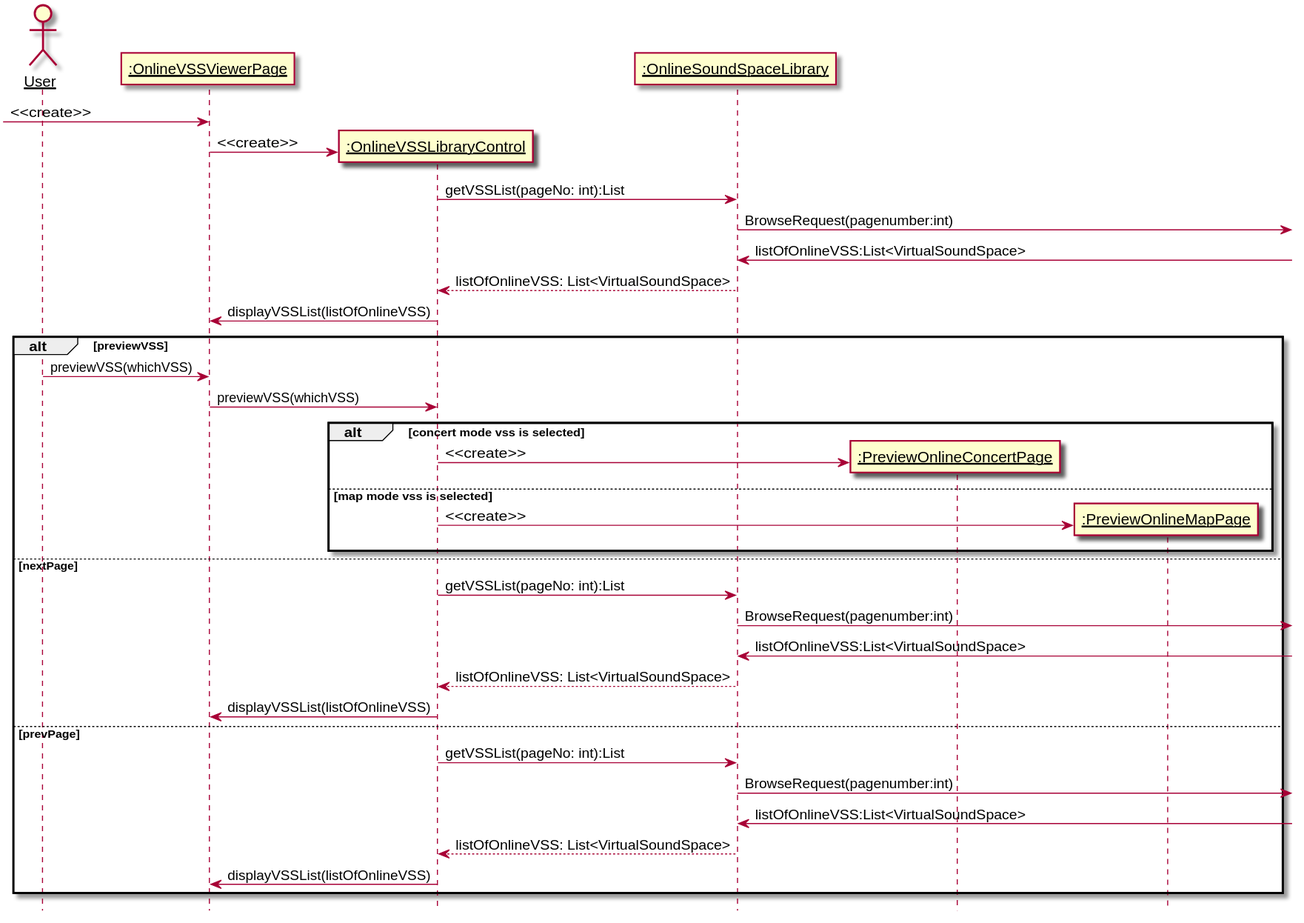
Earlier version of the PlantUML export 设计/Diagrams/BrowseOnlineVSSLibrary.svg (kpp19920121/doc).
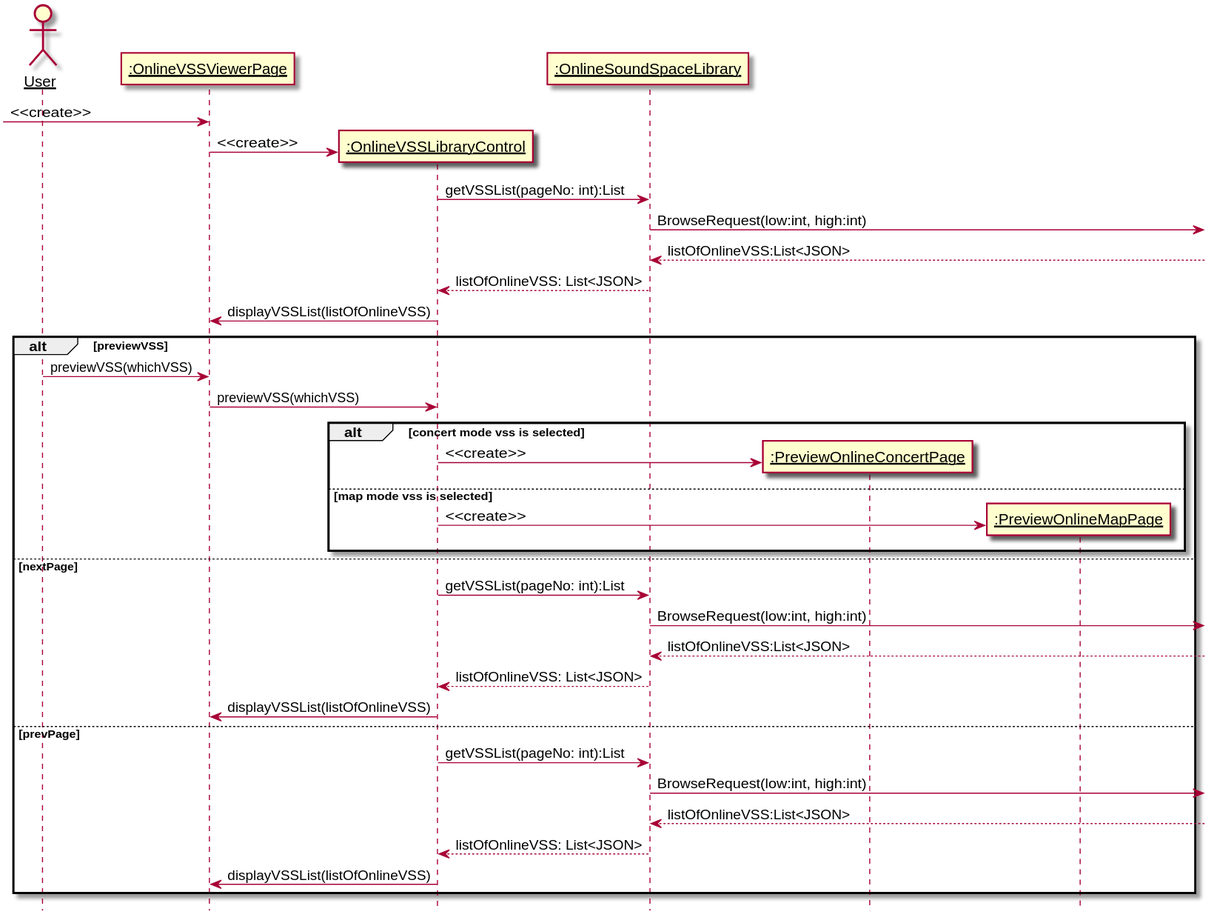
Above is the later version.

The edit, as a diff of the source:
```diff
@@ -14,9 +14,9 @@
 create control
 page -> control: <<create>>
 control -> library: getVSSList(pageNo: int):List
-library->:BrowseRequest(pagenumber:int)
-library<-:listOfOnlineVSS:List<VirtualSoundSpace>
-library --> control: listOfOnlineVSS: List<VirtualSoundSpace>
+library->:BrowseRequest(low:int, high:int)
+library<--:listOfOnlineVSS:List<JSON>
+library --> control: listOfOnlineVSS: List<JSON>
 control -> page: displayVSSList(listOfOnlineVSS)
 alt previewVSS
     user -> page: previewVSS(whichVSS)
@@ -33,15 +33,15 @@
     end
 else nextPage
     control -> library: getVSSList(pageNo: int):List
-    library->:BrowseRequest(pagenumber:int)
-    library<-:listOfOnlineVSS:List<VirtualSoundSpace>
-    library --> control: listOfOnlineVSS: List<VirtualSoundSpace>
+    library->:BrowseRequest(low:int, high:int)
+    library<--:listOfOnlineVSS:List<JSON>
+    library --> control: listOfOnlineVSS: List<JSON>
     control -> page: displayVSSList(listOfOnlineVSS)
 else prevPage
     control -> library: getVSSList(pageNo: int):List
-    library->:BrowseRequest(pagenumber:int)
-    library<-:listOfOnlineVSS:List<VirtualSoundSpace>
-    library --> control: listOfOnlineVSS: List<VirtualSoundSpace>
+    library->:BrowseRequest(low:int, high:int)
+    library<--:listOfOnlineVSS:List<JSON>
+    library --> control: listOfOnlineVSS: List<JSON>
     control -> page: displayVSSList(listOfOnlineVSS)
 end
 
```
